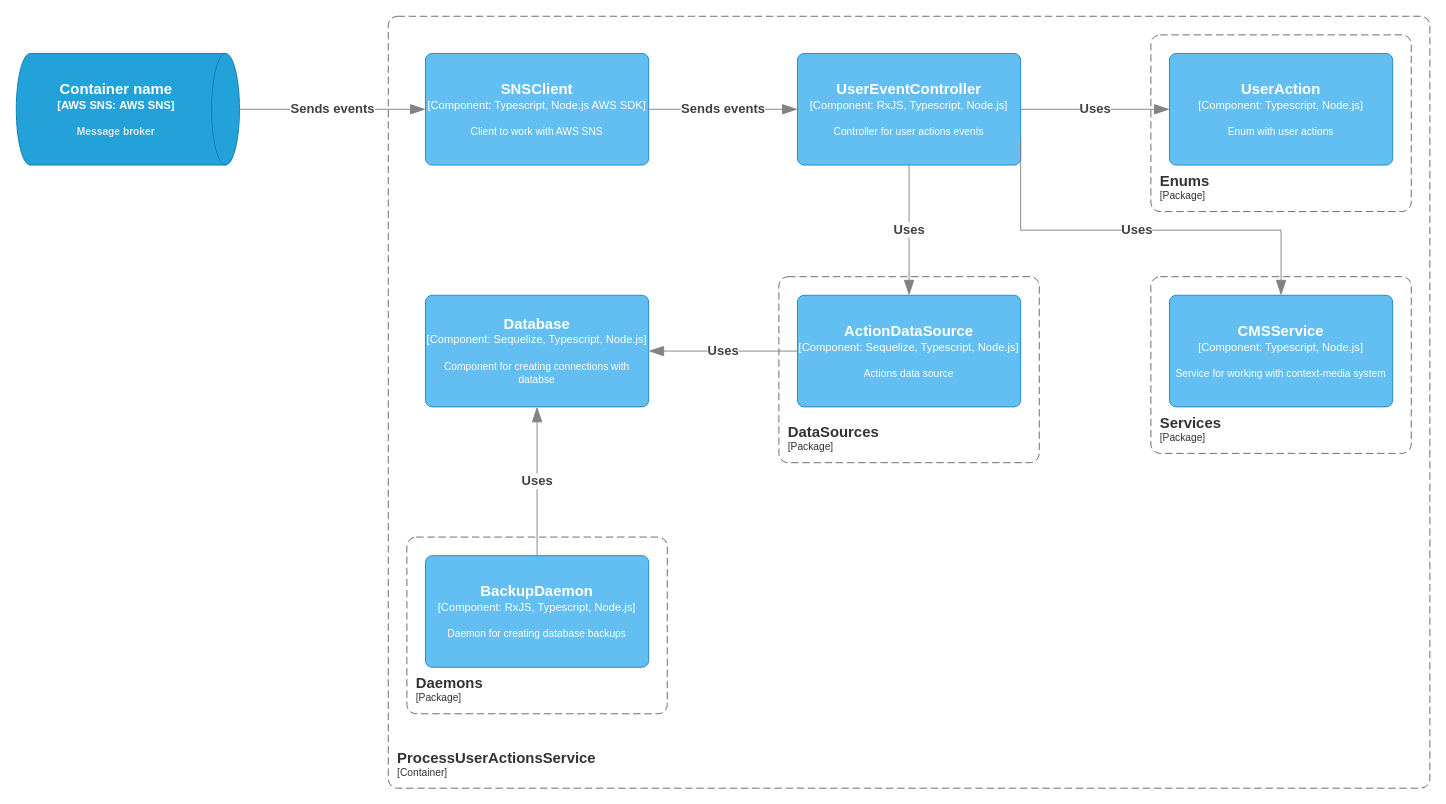
The draw.io diagram processUserActionsService/docs/c4/component.drawio in NikitaKemarskiy/reactive-labs, before the edit. Source tidied: cells renumbered, new cells numbered last; positions are measured from the earlier drawing's top-left corner, leaving out a move shared by most shapes. Both pictures are drawn from the tidied source at 93%, with x=0, y=0 at pixel (16, 16).
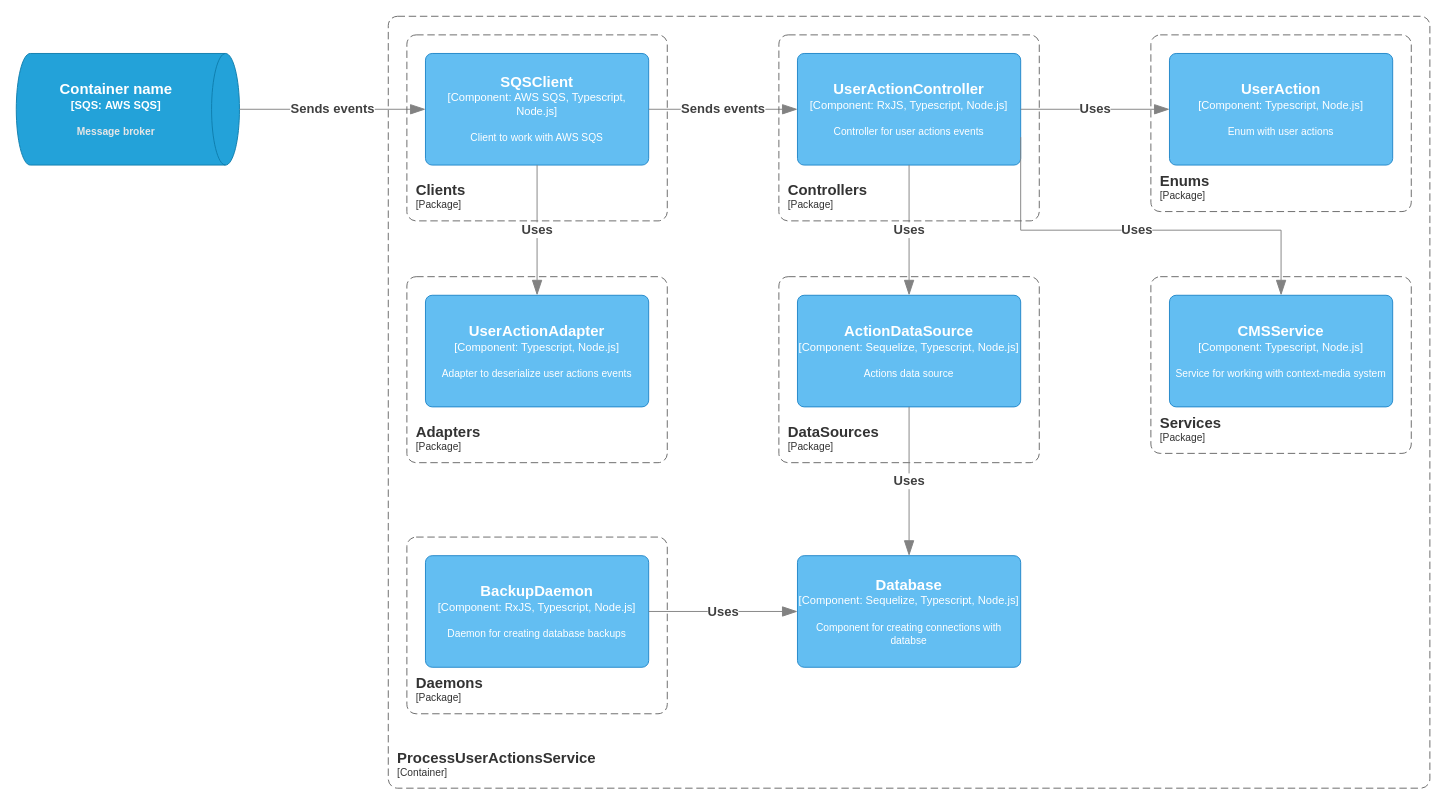
The same diagram, later.

Commit message (it also covers changes not shown here):
PUA: Update SQS client. Update C4 component diagram

The change refers to these unchanged cells:
```xml
<object id="10" label="&lt;font style=&quot;font-size: 16px&quot;&gt;&lt;b&gt;%c4Name%&lt;/b&gt;&lt;/font&gt;&lt;div&gt;[%c4Type%: %c4Technology%]&lt;/div&gt;&lt;br&gt;&lt;div&gt;&lt;font style=&quot;font-size: 11px&quot;&gt;%c4Description%&lt;/font&gt;&lt;/div&gt;" c4Description="Actions data source" c4Name="ActionDataSource" c4Technology="Sequelize, Typescript, Node.js" c4Type="Component" placeholders="1">
  <mxCell style="rounded=1;whiteSpace=wrap;html=1;labelBackgroundColor=none;fillColor=#63BEF2;fontColor=#ffffff;align=center;arcSize=6;strokeColor=#2086C9;metaData={&quot;c4Type&quot;:{&quot;editable&quot;:false}};points=[[0.25,0,0],[0.5,0,0],[0.75,0,0],[1,0.25,0],[1,0.5,0],[1,0.75,0],[0.75,1,0],[0.5,1,0],[0.25,1,0],[0,0.75,0],[0,0.5,0],[0,0.25,0]];" parent="1" vertex="1">
    <mxGeometry x="840" y="300" width="240" height="120" as="geometry" />
  </mxCell>
</object>
<object id="12" label="&lt;font style=&quot;font-size: 16px&quot;&gt;&lt;b&gt;%c4Name%&lt;/b&gt;&lt;/font&gt;&lt;div&gt;[%c4Type%: %c4Technology%]&lt;/div&gt;&lt;br&gt;&lt;div&gt;&lt;font style=&quot;font-size: 11px&quot;&gt;%c4Description%&lt;/font&gt;&lt;/div&gt;" c4Description="Daemon for creating database backups" c4Name="BackupDaemon" c4Technology="RxJS, Typescript, Node.js" c4Type="Component" placeholders="1">
  <mxCell style="rounded=1;whiteSpace=wrap;html=1;labelBackgroundColor=none;fillColor=#63BEF2;fontColor=#ffffff;align=center;arcSize=6;strokeColor=#2086C9;metaData={&quot;c4Type&quot;:{&quot;editable&quot;:false}};points=[[0.25,0,0],[0.5,0,0],[0.75,0,0],[1,0.25,0],[1,0.5,0],[1,0.75,0],[0.75,1,0],[0.5,1,0],[0.25,1,0],[0,0.75,0],[0,0.5,0],[0,0.25,0]];" parent="1" vertex="1">
    <mxGeometry x="440" y="580" width="240" height="120" as="geometry" />
  </mxCell>
</object>
```

Diff of the diagram source:
```diff
@@
-    <object id="3" label="&lt;font style=&quot;font-size: 16px&quot;&gt;&lt;b&gt;%c4Type%&lt;/font&gt;&lt;div&gt;[%c4Container%:&amp;nbsp;%c4Technology%]&lt;/div&gt;&lt;br&gt;&lt;div&gt;&lt;font style=&quot;font-size: 11px&quot;&gt;&lt;font color=&quot;#E6E6E6&quot;&gt;%c4Description%&lt;/font&gt;&lt;/div&gt;" c4Container="AWS SNS" c4Description="Message broker" c4Technology="AWS SNS" c4Type="Container name" placeholders="1">
+    <object id="3" label="&lt;font style=&quot;font-size: 16px&quot;&gt;&lt;b&gt;%c4Type%&lt;/font&gt;&lt;div&gt;[%c4Container%:&amp;nbsp;%c4Technology%]&lt;/div&gt;&lt;br&gt;&lt;div&gt;&lt;font style=&quot;font-size: 11px&quot;&gt;&lt;font color=&quot;#E6E6E6&quot;&gt;%c4Description%&lt;/font&gt;&lt;/div&gt;" c4Container="SQS" c4Description="Message broker" c4Technology="AWS SQS" c4Type="Container name" placeholders="1">
       <mxCell style="shape=cylinder3;size=15;direction=south;whiteSpace=wrap;html=1;boundedLbl=1;rounded=0;labelBackgroundColor=none;fillColor=#23A2D9;fontSize=12;fontColor=#ffffff;align=center;strokeColor=#0E7DAD;points=[[0.5,0,0],[1,0.25,0],[1,0.5,0],[1,0.75,0],[0.5,1,0],[0,0.75,0],[0,0.5,0],[0,0.25,0]];metaData={&quot;c4Type&quot;:{&quot;editable&quot;:false}};" parent="1" vertex="1">
         <mxGeometry y="40" width="240" height="120" as="geometry" />
       </mxCell>
     </object>
-    <object id="4" label="&lt;font style=&quot;font-size: 16px&quot;&gt;&lt;b&gt;%c4Name%&lt;/b&gt;&lt;/font&gt;&lt;div&gt;[%c4Type%: %c4Technology%]&lt;/div&gt;&lt;br&gt;&lt;div&gt;&lt;font style=&quot;font-size: 11px&quot;&gt;%c4Description%&lt;/font&gt;&lt;/div&gt;" c4Description="Client to work with AWS SNS" c4Name="SNSClient" c4Technology="Typescript, Node.js AWS SDK" c4Type="Component" placeholders="1">
+    <object id="4" label="&lt;font style=&quot;font-size: 16px&quot;&gt;&lt;b&gt;%c4Name%&lt;/b&gt;&lt;/font&gt;&lt;div&gt;[%c4Type%: %c4Technology%]&lt;/div&gt;&lt;br&gt;&lt;div&gt;&lt;font style=&quot;font-size: 11px&quot;&gt;%c4Description%&lt;/font&gt;&lt;/div&gt;" c4Description="Client to work with AWS SQS" c4Name="SQSClient" c4Technology="AWS SQS, Typescript, Node.js" c4Type="Component" placeholders="1">
       <mxCell style="rounded=1;whiteSpace=wrap;html=1;labelBackgroundColor=none;fillColor=#63BEF2;fontColor=#ffffff;align=center;arcSize=6;strokeColor=#2086C9;metaData={&quot;c4Type&quot;:{&quot;editable&quot;:false}};points=[[0.25,0,0],[0.5,0,0],[0.75,0,0],[1,0.25,0],[1,0.5,0],[1,0.75,0],[0.75,1,0],[0.5,1,0],[0.25,1,0],[0,0.75,0],[0,0.5,0],[0,0.25,0]];" parent="1" vertex="1">
         <mxGeometry x="440" y="40" width="240" height="120" as="geometry" />
       </mxCell>
     </object>
-    <object id="5" label="&lt;font style=&quot;font-size: 16px&quot;&gt;&lt;b&gt;%c4Name%&lt;/b&gt;&lt;/font&gt;&lt;div&gt;[%c4Type%: %c4Technology%]&lt;/div&gt;&lt;br&gt;&lt;div&gt;&lt;font style=&quot;font-size: 11px&quot;&gt;%c4Description%&lt;/font&gt;&lt;/div&gt;" c4Description="Controller for user actions events" c4Name="UserEventController" c4Technology="RxJS, Typescript, Node.js" c4Type="Component" placeholders="1">
+    <object id="5" label="&lt;font style=&quot;font-size: 16px&quot;&gt;&lt;b&gt;%c4Name%&lt;/b&gt;&lt;/font&gt;&lt;div&gt;[%c4Type%: %c4Technology%]&lt;/div&gt;&lt;br&gt;&lt;div&gt;&lt;font style=&quot;font-size: 11px&quot;&gt;%c4Description%&lt;/font&gt;&lt;/div&gt;" c4Description="Controller for user actions events" c4Name="UserActionController" c4Technology="RxJS, Typescript, Node.js" c4Type="Component" placeholders="1">
       <mxCell style="rounded=1;whiteSpace=wrap;html=1;labelBackgroundColor=none;fillColor=#63BEF2;fontColor=#ffffff;align=center;arcSize=6;strokeColor=#2086C9;metaData={&quot;c4Type&quot;:{&quot;editable&quot;:false}};points=[[0.25,0,0],[0.5,0,0],[0.75,0,0],[1,0.25,0],[1,0.5,0],[1,0.75,0],[0.75,1,0],[0.5,1,0],[0.25,1,0],[0,0.75,0],[0,0.5,0],[0,0.25,0]];" parent="1" vertex="1">
         <mxGeometry x="840" y="40" width="240" height="120" as="geometry" />
       </mxCell>
     </object>
@@
     <object id="14" label="&lt;font style=&quot;font-size: 16px&quot;&gt;&lt;b&gt;%c4Name%&lt;/b&gt;&lt;/font&gt;&lt;div&gt;[%c4Type%: %c4Technology%]&lt;/div&gt;&lt;br&gt;&lt;div&gt;&lt;font style=&quot;font-size: 11px&quot;&gt;%c4Description%&lt;/font&gt;&lt;/div&gt;" c4Description="Component for creating connections with databse" c4Name="Database" c4Technology="Sequelize, Typescript, Node.js" c4Type="Component" placeholders="1">
       <mxCell style="rounded=1;whiteSpace=wrap;html=1;labelBackgroundColor=none;fillColor=#63BEF2;fontColor=#ffffff;align=center;arcSize=6;strokeColor=#2086C9;metaData={&quot;c4Type&quot;:{&quot;editable&quot;:false}};points=[[0.25,0,0],[0.5,0,0],[0.75,0,0],[1,0.25,0],[1,0.5,0],[1,0.75,0],[0.75,1,0],[0.5,1,0],[0.25,1,0],[0,0.75,0],[0,0.5,0],[0,0.25,0]];" parent="1" vertex="1">
-        <mxGeometry x="440" y="300" width="240" height="120" as="geometry" />
+        <mxGeometry x="840" y="580" width="240" height="120" as="geometry" />
       </mxCell>
     </object>
@@
     <object id="20" label="&lt;div style=&quot;text-align: left; font-size: 14px;&quot;&gt;&lt;div style=&quot;text-align: center; font-size: 14px;&quot;&gt;&lt;b style=&quot;font-size: 14px;&quot;&gt;%c4Description%&lt;/b&gt;&lt;/div&gt;&lt;/div&gt;" c4Description="Uses" placeholders="1">
-      <mxCell style="endArrow=blockThin;html=1;fontSize=14;fontColor=#404040;strokeWidth=1;endFill=1;strokeColor=#828282;elbow=vertical;endSize=14;startSize=14;jumpStyle=arc;jumpSize=16;rounded=0;edgeStyle=orthogonalEdgeStyle;exitX=0;exitY=0.5;exitDx=0;exitDy=0;exitPerimeter=0;entryX=1;entryY=0.5;entryDx=0;entryDy=0;entryPerimeter=0;" parent="1" edge="1" source="10" target="14">
+      <mxCell style="endArrow=blockThin;html=1;fontSize=14;fontColor=#404040;strokeWidth=1;endFill=1;strokeColor=#828282;elbow=vertical;endSize=14;startSize=14;jumpStyle=arc;jumpSize=16;rounded=0;edgeStyle=orthogonalEdgeStyle;exitX=0.5;exitY=1;exitDx=0;exitDy=0;exitPerimeter=0;entryX=0.5;entryY=0;entryDx=0;entryDy=0;entryPerimeter=0;" parent="1" edge="1" source="10" target="14">
         <mxGeometry relative="1" as="geometry" />
       </mxCell>
     </object>
     <object id="21" label="&lt;div style=&quot;text-align: left; font-size: 14px;&quot;&gt;&lt;div style=&quot;text-align: center; font-size: 14px;&quot;&gt;&lt;b style=&quot;font-size: 14px;&quot;&gt;%c4Description%&lt;/b&gt;&lt;/div&gt;&lt;/div&gt;" c4Description="Uses" placeholders="1">
-      <mxCell style="endArrow=blockThin;html=1;fontSize=14;fontColor=#404040;strokeWidth=1;endFill=1;strokeColor=#828282;elbow=vertical;endSize=14;startSize=14;jumpStyle=arc;jumpSize=16;rounded=0;edgeStyle=orthogonalEdgeStyle;exitX=0.5;exitY=0;exitDx=0;exitDy=0;exitPerimeter=0;entryX=0.5;entryY=1;entryDx=0;entryDy=0;entryPerimeter=0;" parent="1" edge="1" source="12" target="14">
+      <mxCell style="endArrow=blockThin;html=1;fontSize=14;fontColor=#404040;strokeWidth=1;endFill=1;strokeColor=#828282;elbow=vertical;endSize=14;startSize=14;jumpStyle=arc;jumpSize=16;rounded=0;edgeStyle=orthogonalEdgeStyle;entryX=0;entryY=0.5;entryDx=0;entryDy=0;entryPerimeter=0;exitX=1;exitY=0.5;exitDx=0;exitDy=0;exitPerimeter=0;" parent="1" edge="1" source="12" target="14">
         <mxGeometry relative="1" as="geometry" />
       </mxCell>
     </object>
+    <object id="22" label="&lt;font style=&quot;font-size: 16px&quot;&gt;&lt;b&gt;&lt;div style=&quot;text-align: left&quot;&gt;%c4Name%&lt;/div&gt;&lt;/b&gt;&lt;/font&gt;&lt;div style=&quot;text-align: left&quot;&gt;[%c4Application%]&lt;/div&gt;" c4Application="Package" c4Name="Clients" placeholders="1">
+      <mxCell style="rounded=1;fontSize=11;whiteSpace=wrap;html=1;dashed=1;arcSize=20;fillColor=none;strokeColor=#666666;fontColor=#333333;labelBackgroundColor=none;align=left;verticalAlign=bottom;labelBorderColor=none;spacingTop=0;spacing=10;dashPattern=8 4;perimeter=rectanglePerimeter;noLabel=0;labelPadding=0;absoluteArcSize=1;metaData={&quot;c4Type&quot;:{&quot;editable&quot;:false}};" parent="1" vertex="1">
+        <mxGeometry x="420" y="20" width="280" height="200" as="geometry" />
+      </mxCell>
+    </object>
+    <object id="23" label="&lt;font style=&quot;font-size: 16px&quot;&gt;&lt;b&gt;&lt;div style=&quot;text-align: left&quot;&gt;%c4Name%&lt;/div&gt;&lt;/b&gt;&lt;/font&gt;&lt;div style=&quot;text-align: left&quot;&gt;[%c4Application%]&lt;/div&gt;" c4Application="Package" c4Name="Controllers" placeholders="1">
+      <mxCell style="rounded=1;fontSize=11;whiteSpace=wrap;html=1;dashed=1;arcSize=20;fillColor=none;strokeColor=#666666;fontColor=#333333;labelBackgroundColor=none;align=left;verticalAlign=bottom;labelBorderColor=none;spacingTop=0;spacing=10;dashPattern=8 4;perimeter=rectanglePerimeter;noLabel=0;labelPadding=0;absoluteArcSize=1;metaData={&quot;c4Type&quot;:{&quot;editable&quot;:false}};" parent="1" vertex="1">
+        <mxGeometry x="820" y="20" width="280" height="200" as="geometry" />
+      </mxCell>
+    </object>
+    <object id="24" label="&lt;font style=&quot;font-size: 16px&quot;&gt;&lt;b&gt;%c4Name%&lt;/b&gt;&lt;/font&gt;&lt;div&gt;[%c4Type%: %c4Technology%]&lt;/div&gt;&lt;br&gt;&lt;div&gt;&lt;font style=&quot;font-size: 11px&quot;&gt;%c4Description%&lt;/font&gt;&lt;/div&gt;" c4Description="Adapter to deserialize user actions events" c4Name="UserActionAdapter" c4Technology="Typescript, Node.js" c4Type="Component" placeholders="1">
+      <mxCell style="rounded=1;whiteSpace=wrap;html=1;labelBackgroundColor=none;fillColor=#63BEF2;fontColor=#ffffff;align=center;arcSize=6;strokeColor=#2086C9;metaData={&quot;c4Type&quot;:{&quot;editable&quot;:false}};points=[[0.25,0,0],[0.5,0,0],[0.75,0,0],[1,0.25,0],[1,0.5,0],[1,0.75,0],[0.75,1,0],[0.5,1,0],[0.25,1,0],[0,0.75,0],[0,0.5,0],[0,0.25,0]];" parent="1" vertex="1">
+        <mxGeometry x="440" y="300" width="240" height="120" as="geometry" />
+      </mxCell>
+    </object>
+    <object id="25" label="&lt;font style=&quot;font-size: 16px&quot;&gt;&lt;b&gt;&lt;div style=&quot;text-align: left&quot;&gt;%c4Name%&lt;/div&gt;&lt;/b&gt;&lt;/font&gt;&lt;div style=&quot;text-align: left&quot;&gt;[%c4Application%]&lt;/div&gt;" c4Application="Package" c4Name="Adapters" placeholders="1">
+      <mxCell style="rounded=1;fontSize=11;whiteSpace=wrap;html=1;dashed=1;arcSize=20;fillColor=none;strokeColor=#666666;fontColor=#333333;labelBackgroundColor=none;align=left;verticalAlign=bottom;labelBorderColor=none;spacingTop=0;spacing=10;dashPattern=8 4;perimeter=rectanglePerimeter;noLabel=0;labelPadding=0;absoluteArcSize=1;metaData={&quot;c4Type&quot;:{&quot;editable&quot;:false}};" parent="1" vertex="1">
+        <mxGeometry x="420" y="280" width="280" height="200" as="geometry" />
+      </mxCell>
+    </object>
+    <object id="26" label="&lt;div style=&quot;text-align: left; font-size: 14px;&quot;&gt;&lt;div style=&quot;text-align: center; font-size: 14px;&quot;&gt;&lt;b style=&quot;font-size: 14px;&quot;&gt;%c4Description%&lt;/b&gt;&lt;/div&gt;&lt;/div&gt;" c4Description="Uses" placeholders="1">
+      <mxCell style="endArrow=blockThin;html=1;fontSize=14;fontColor=#404040;strokeWidth=1;endFill=1;strokeColor=#828282;elbow=vertical;endSize=14;startSize=14;jumpStyle=arc;jumpSize=16;rounded=0;edgeStyle=orthogonalEdgeStyle;exitX=0.5;exitY=1;exitDx=0;exitDy=0;exitPerimeter=0;entryX=0.5;entryY=0;entryDx=0;entryDy=0;entryPerimeter=0;" parent="1" edge="1" source="4" target="24">
+        <mxGeometry relative="1" as="geometry" />
+      </mxCell>
+    </object>
```
